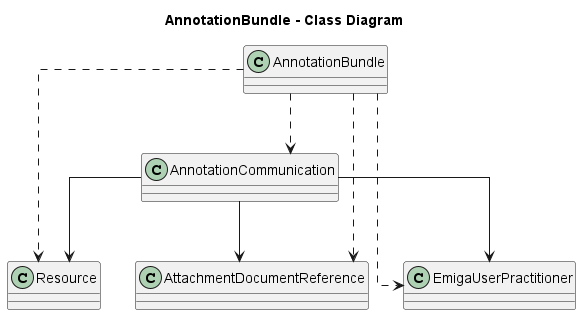
robert-koch-institut/rki.emiga.common keeps this PlantUML diagram as rki.emiga.common/guides/implementationguides.common/PlantUML/PNGs/AnnotationBundle.png. Above is the earlier version. Its diagram source:
```plantuml
@startuml
skinparam linetype ortho

title AnnotationBundle - Class Diagram

class AnnotationBundle{
}
class AnnotationCommunication{
}
class Resource {
}
class AttachmentDocumentReference {
}
class EmigaUserPractitioner {
}

AnnotationCommunication --> EmigaUserPractitioner
AnnotationCommunication --> AttachmentDocumentReference
AnnotationCommunication --> Resource

AnnotationBundle ..> AnnotationCommunication
AnnotationBundle ..> EmigaUserPractitioner
AnnotationBundle ..> AttachmentDocumentReference
AnnotationBundle ..> Resource
@enduml
```
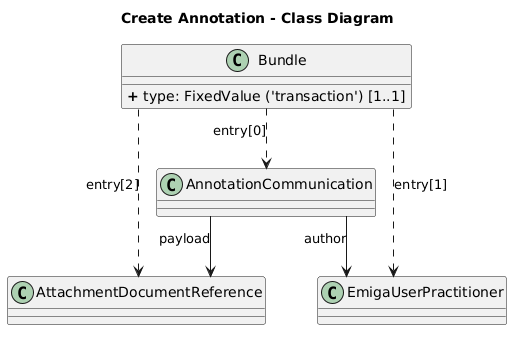
After the commit.

Commit message:
doc: Update uml diagram

Diff of the diagram source:
```diff
@@ -1,25 +1,22 @@
 @startuml
 skinparam linetype ortho
 
-title AnnotationBundle - Class Diagram
+title Create Annotation - Class Diagram
 
-class AnnotationBundle{
+class Bundle{
+    <b>+</b> type: FixedValue ('transaction') [1..1]
 }
 class AnnotationCommunication{
-}
-class Resource {
 }
 class AttachmentDocumentReference {
 }
 class EmigaUserPractitioner {
 }
 
-AnnotationCommunication --> EmigaUserPractitioner
-AnnotationCommunication --> AttachmentDocumentReference
-AnnotationCommunication --> Resource
+AnnotationCommunication --> EmigaUserPractitioner : author
+AnnotationCommunication --> AttachmentDocumentReference : payload
 
-AnnotationBundle ..> AnnotationCommunication
-AnnotationBundle ..> EmigaUserPractitioner
-AnnotationBundle ..> AttachmentDocumentReference
-AnnotationBundle ..> Resource
+Bundle ..> AnnotationCommunication : entry[0]
+Bundle ..> EmigaUserPractitioner : entry[1]
+Bundle ..> AttachmentDocumentReference : entry[2]
 @enduml
```
